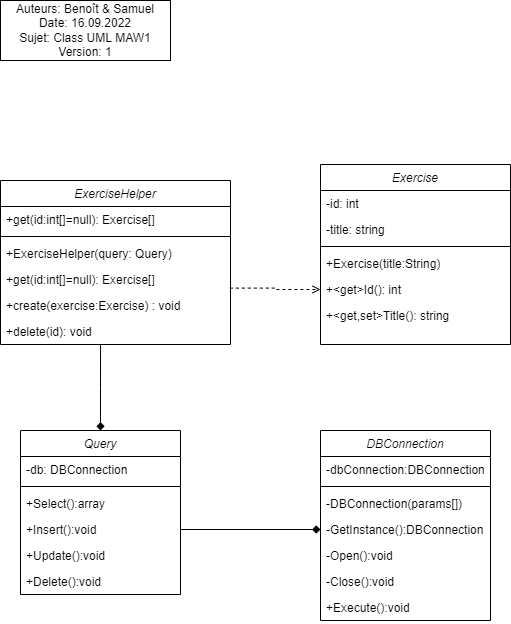
CPNV-ES/MAW1-BPT-SMD keeps this draw.io diagram as modelisation/ClassUML.png. Above is the earlier version. Source tidied: cells renumbered, new cells last; positions are measured from the earlier drawing's top-left corner, leaving out a move shared by most shapes.
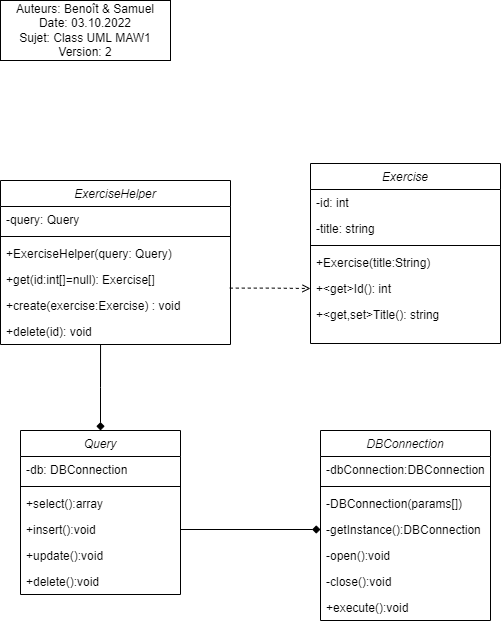
Later version of the same file.

Commit message:
UML: Update class diagram

What changed in the source:
```diff
@@ -14,16 +14,16 @@
     <mxCell id="5" value="-DBConnection(params[])" style="text;align=left;verticalAlign=top;spacingLeft=4;spacingRight=4;overflow=hidden;" parent="2" vertex="1">
       <mxGeometry y="60" width="170" height="26" as="geometry" />
     </mxCell>
-    <mxCell id="6" value="-GetInstance():DBConnection" style="text;align=left;verticalAlign=top;spacingLeft=4;spacingRight=4;overflow=hidden;points=[[0,0.5],[1,0.5]];portConstraint=eastwest;" parent="2" vertex="1">
+    <mxCell id="6" value="-getInstance():DBConnection" style="text;align=left;verticalAlign=top;spacingLeft=4;spacingRight=4;overflow=hidden;points=[[0,0.5],[1,0.5]];portConstraint=eastwest;" parent="2" vertex="1">
       <mxGeometry y="86" width="170" height="26" as="geometry" />
     </mxCell>
-    <mxCell id="7" value="-Open():void" style="text;align=left;verticalAlign=top;spacingLeft=4;spacingRight=4;overflow=hidden;" parent="2" vertex="1">
+    <mxCell id="7" value="-open():void" style="text;align=left;verticalAlign=top;spacingLeft=4;spacingRight=4;overflow=hidden;" parent="2" vertex="1">
       <mxGeometry y="112" width="170" height="26" as="geometry" />
     </mxCell>
-    <mxCell id="8" value="-Close():void" style="text;align=left;verticalAlign=top;spacingLeft=4;spacingRight=4;overflow=hidden;rounded=0;shadow=0;html=0;" parent="2" vertex="1">
+    <mxCell id="8" value="-close():void" style="text;align=left;verticalAlign=top;spacingLeft=4;spacingRight=4;overflow=hidden;rounded=0;shadow=0;html=0;" parent="2" vertex="1">
       <mxGeometry y="138" width="170" height="26" as="geometry" />
     </mxCell>
-    <mxCell id="9" value="+Execute():void&#10;" style="text;align=left;verticalAlign=top;spacingLeft=4;spacingRight=4;overflow=hidden;rounded=0;shadow=0;html=0;" parent="2" vertex="1">
+    <mxCell id="9" value="+execute():void" style="text;align=left;verticalAlign=top;spacingLeft=4;spacingRight=4;overflow=hidden;rounded=0;shadow=0;html=0;" parent="2" vertex="1">
       <mxGeometry y="164" width="170" height="26" as="geometry" />
     </mxCell>
     <mxCell id="10" style="edgeStyle=orthogonalEdgeStyle;rounded=0;jettySize=auto;html=1;entryX=0.435;entryY=1.015;entryDx=0;entryDy=0;entryPerimeter=0;startArrow=diamond;startFill=1;endArrow=none;endFill=0;" parent="1" edge="1" source="11" target="32">
@@ -38,20 +38,20 @@
     <mxCell id="13" style="line;html=1;strokeWidth=1;align=left;verticalAlign=middle;spacingTop=-1;spacingLeft=3;spacingRight=3;labelPosition=right;" parent="11" vertex="1">
       <mxGeometry y="52" width="160" height="8" as="geometry" />
     </mxCell>
-    <mxCell id="14" value="+Select():array" style="text;align=left;verticalAlign=top;spacingLeft=4;spacingRight=4;overflow=hidden;" parent="11" vertex="1">
+    <mxCell id="14" value="+select():array" style="text;align=left;verticalAlign=top;spacingLeft=4;spacingRight=4;overflow=hidden;" parent="11" vertex="1">
       <mxGeometry y="60" width="160" height="26" as="geometry" />
     </mxCell>
-    <mxCell id="15" value="+Insert():void" style="text;align=left;verticalAlign=top;spacingLeft=4;spacingRight=4;overflow=hidden;points=[[0,0.5],[1,0.5]];portConstraint=eastwest;rounded=0;shadow=0;html=0;" parent="11" vertex="1">
+    <mxCell id="15" value="+insert():void" style="text;align=left;verticalAlign=top;spacingLeft=4;spacingRight=4;overflow=hidden;points=[[0,0.5],[1,0.5]];portConstraint=eastwest;rounded=0;shadow=0;html=0;" parent="11" vertex="1">
       <mxGeometry y="86" width="160" height="26" as="geometry" />
     </mxCell>
-    <mxCell id="16" value="+Update():void" style="text;align=left;verticalAlign=top;spacingLeft=4;spacingRight=4;overflow=hidden;rounded=0;shadow=0;html=0;" parent="11" vertex="1">
+    <mxCell id="16" value="+update():void" style="text;align=left;verticalAlign=top;spacingLeft=4;spacingRight=4;overflow=hidden;rounded=0;shadow=0;html=0;" parent="11" vertex="1">
       <mxGeometry y="112" width="160" height="26" as="geometry" />
     </mxCell>
-    <mxCell id="17" value="+Delete():void" style="text;align=left;verticalAlign=top;spacingLeft=4;spacingRight=4;overflow=hidden;rounded=0;shadow=0;html=0;" parent="11" vertex="1">
+    <mxCell id="17" value="+delete():void" style="text;align=left;verticalAlign=top;spacingLeft=4;spacingRight=4;overflow=hidden;rounded=0;shadow=0;html=0;" parent="11" vertex="1">
       <mxGeometry y="138" width="160" height="26" as="geometry" />
     </mxCell>
     <mxCell id="18" value="Exercise" style="swimlane;fontStyle=2;align=center;verticalAlign=top;horizontal=1;startSize=26;rounded=0;shadow=0;strokeWidth=1;" parent="1" vertex="1">
-      <mxGeometry x="320" y="164" width="190" height="180" as="geometry" />
+      <mxGeometry x="310" y="163" width="190" height="180" as="geometry" />
     </mxCell>
     <mxCell id="19" value="-id: int" style="text;align=left;verticalAlign=top;spacingLeft=4;spacingRight=4;overflow=hidden;rounded=0;shadow=0;html=0;" parent="18" vertex="1">
       <mxGeometry y="26" width="190" height="26" as="geometry" />
@@ -71,13 +71,13 @@
     <mxCell id="24" value="+&lt;get,set&gt;Title(): string" style="text;align=left;verticalAlign=top;spacingLeft=4;spacingRight=4;overflow=hidden;rounded=0;shadow=0;html=0;" parent="18" vertex="1">
       <mxGeometry y="138" width="190" height="26" as="geometry" />
     </mxCell>
-    <mxCell id="25" value="Auteurs: Benoît &amp;amp; Samuel&lt;br&gt;Date: 16.09.2022&lt;br&gt;Sujet: Class UML MAW1&lt;br&gt;Version: 1" style="rounded=0;whiteSpace=wrap;html=1;" parent="1" vertex="1">
+    <mxCell id="25" value="Auteurs: Benoît &amp;amp; Samuel&lt;br&gt;Date: 03.10.2022&lt;br&gt;Sujet: Class UML MAW1&lt;br&gt;Version: 2" style="rounded=0;whiteSpace=wrap;html=1;" parent="1" vertex="1">
       <mxGeometry width="170" height="60" as="geometry" />
     </mxCell>
     <mxCell id="26" value="ExerciseHelper" style="swimlane;fontStyle=2;align=center;verticalAlign=top;horizontal=1;startSize=26;rounded=0;shadow=0;strokeWidth=1;" parent="1" vertex="1">
       <mxGeometry y="180" width="230" height="164" as="geometry" />
     </mxCell>
-    <mxCell id="27" value="+get(id:int[]=null): Exercise[]" style="text;align=left;verticalAlign=top;spacingLeft=4;spacingRight=4;overflow=hidden;" parent="26" vertex="1">
+    <mxCell id="27" value="-query: Query" style="text;align=left;verticalAlign=top;spacingLeft=4;spacingRight=4;overflow=hidden;" parent="26" vertex="1">
       <mxGeometry y="26" width="230" height="26" as="geometry" />
     </mxCell>
     <mxCell id="28" style="line;html=1;strokeWidth=1;align=left;verticalAlign=middle;spacingTop=-1;spacingLeft=3;spacingRight=3;labelPosition=right;" parent="26" vertex="1">
```
